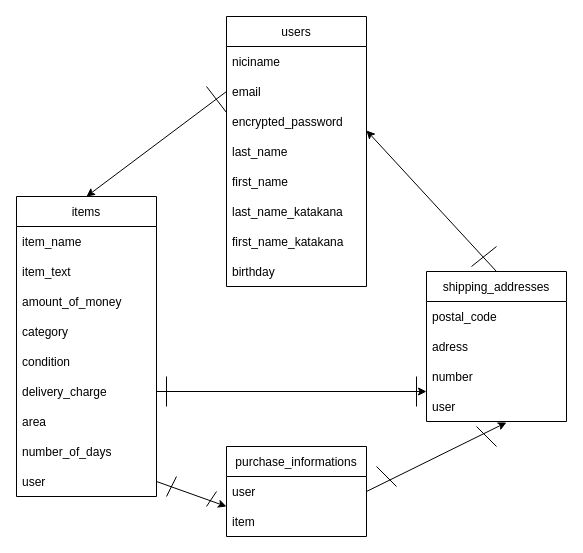
Above: furima.dio in TKIN10/furima-38870 (draw.io), before the change. Source tidied: cells renumbered, new cells numbered last; positions are measured from the earlier drawing's top-left corner, leaving out a move shared by most shapes. Both pictures are drawn from the tidied source at 100%, with x=0, y=0 at pixel (16, 16).
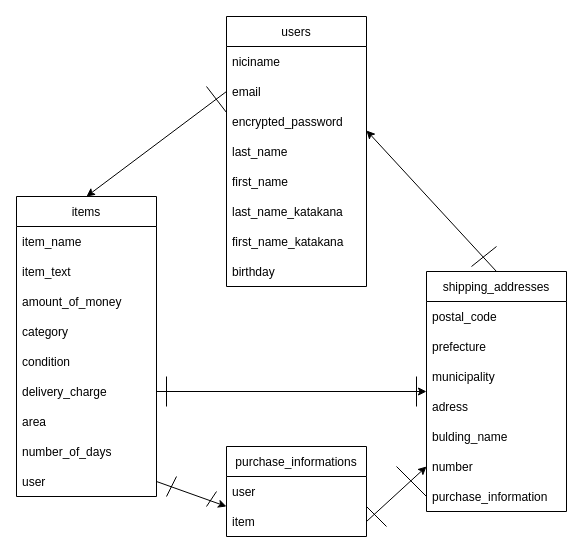
Above is the later version.

Commit message (it also covers changes not shown here):
(再々)データベース設計

The change refers to these unchanged cells:
```xml
<mxCell id="22" value="user" style="text;strokeColor=none;fillColor=none;align=left;verticalAlign=middle;spacingLeft=4;spacingRight=4;overflow=hidden;points=[[0,0.5],[1,0.5]];portConstraint=eastwest;" parent="21" vertex="1">
  <mxGeometry y="30" width="140" height="30" as="geometry" />
</mxCell>
<mxCell id="23" value="item" style="text;strokeColor=none;fillColor=none;align=left;verticalAlign=middle;spacingLeft=4;spacingRight=4;overflow=hidden;points=[[0,0.5],[1,0.5]];portConstraint=eastwest;" parent="21" vertex="1">
  <mxGeometry y="60" width="140" height="30" as="geometry" />
</mxCell>
```

Change to the diagram source:
```diff
@@
     <mxCell id="25" value="shipping_addresses" style="swimlane;fontStyle=0;horizontal=1;startSize=30;" parent="1" vertex="1">
-      <mxGeometry x="410" y="255" width="140" height="150" as="geometry" />
+      <mxGeometry x="410" y="255" width="140" height="240" as="geometry" />
     </mxCell>
@@
-    <mxCell id="27" value="adress" style="text;strokeColor=none;fillColor=none;align=left;verticalAlign=middle;spacingLeft=4;spacingRight=4;overflow=hidden;" parent="25" vertex="1">
+    <mxCell id="27" value="prefecture" style="text;strokeColor=none;fillColor=none;align=left;verticalAlign=middle;spacingLeft=4;spacingRight=4;overflow=hidden;" parent="25" vertex="1">
       <mxGeometry y="60" width="140" height="30" as="geometry" />
     </mxCell>
-    <mxCell id="28" value="number" style="text;strokeColor=none;fillColor=none;align=left;verticalAlign=middle;spacingLeft=4;spacingRight=4;overflow=hidden;" parent="25" vertex="1">
+    <mxCell id="28" value="municipality" style="text;strokeColor=none;fillColor=none;align=left;verticalAlign=middle;spacingLeft=4;spacingRight=4;overflow=hidden;" parent="25" vertex="1">
       <mxGeometry y="90" width="140" height="30" as="geometry" />
     </mxCell>
-    <mxCell id="29" value="user" style="text;strokeColor=none;fillColor=none;align=left;verticalAlign=middle;spacingLeft=4;spacingRight=4;overflow=hidden;points=[[0,0.5],[1,0.5]];portConstraint=eastwest;" parent="25" vertex="1">
+    <mxCell id="29" value="adress" style="text;strokeColor=none;fillColor=none;align=left;verticalAlign=middle;spacingLeft=4;spacingRight=4;overflow=hidden;points=[[0,0.5],[1,0.5]];portConstraint=eastwest;" parent="25" vertex="1">
       <mxGeometry y="120" width="140" height="30" as="geometry" />
     </mxCell>
-    <mxCell id="30" style="edgeStyle=none;html=1;exitX=1;exitY=0.5;exitDx=0;exitDy=0;entryX=0.571;entryY=1.033;entryDx=0;entryDy=0;entryPerimeter=0;" parent="1" edge="1" source="22" target="29">
-      <mxGeometry relative="1" as="geometry" />
-    </mxCell>
+    <mxCell id="42" value="bulding_name" style="text;strokeColor=none;fillColor=none;align=left;verticalAlign=middle;spacingLeft=4;spacingRight=4;overflow=hidden;" parent="25" vertex="1">
+      <mxGeometry y="150" width="140" height="30" as="geometry" />
+    </mxCell>
+    <mxCell id="43" value="number" style="text;strokeColor=none;fillColor=none;align=left;verticalAlign=middle;spacingLeft=4;spacingRight=4;overflow=hidden;points=[[0,0.5],[1,0.5]];portConstraint=eastwest;" parent="25" vertex="1">
+      <mxGeometry y="180" width="140" height="30" as="geometry" />
+    </mxCell>
+    <mxCell id="44" value="purchase_information" style="text;strokeColor=none;fillColor=none;align=left;verticalAlign=middle;spacingLeft=4;spacingRight=4;overflow=hidden;points=[[0,0.5],[1,0.5]];portConstraint=eastwest;" parent="25" vertex="1">
+      <mxGeometry y="210" width="140" height="30" as="geometry" />
+    </mxCell>
@@
-    <mxCell id="37" style="endArrow=none;html=1;" parent="1" edge="1">
+    <mxCell id="37" style="endArrow=none;html=1;entryX=0;entryY=0.5;entryDx=0;entryDy=0;" parent="1" edge="1" target="44">
       <mxGeometry relative="1" as="geometry">
-        <mxPoint x="460" y="410" as="sourcePoint" />
-        <mxPoint x="480" y="430" as="targetPoint" />
+        <mxPoint x="380" y="450" as="sourcePoint" />
       </mxGeometry>
     </mxCell>
     <mxCell id="38" style="endArrow=none;html=1;" parent="1" edge="1">
       <mxGeometry relative="1" as="geometry">
-        <mxPoint x="380" y="470" as="sourcePoint" />
-        <mxPoint x="360" y="450" as="targetPoint" />
+        <mxPoint x="370" y="510" as="sourcePoint" />
+        <mxPoint x="350" y="490" as="targetPoint" />
       </mxGeometry>
     </mxCell>
@@
+    <mxCell id="45" style="edgeStyle=none;html=1;exitX=1;exitY=0.5;exitDx=0;exitDy=0;entryX=0;entryY=0.5;entryDx=0;entryDy=0;" parent="1" edge="1" source="23" target="43">
+      <mxGeometry relative="1" as="geometry" />
+    </mxCell>
```
